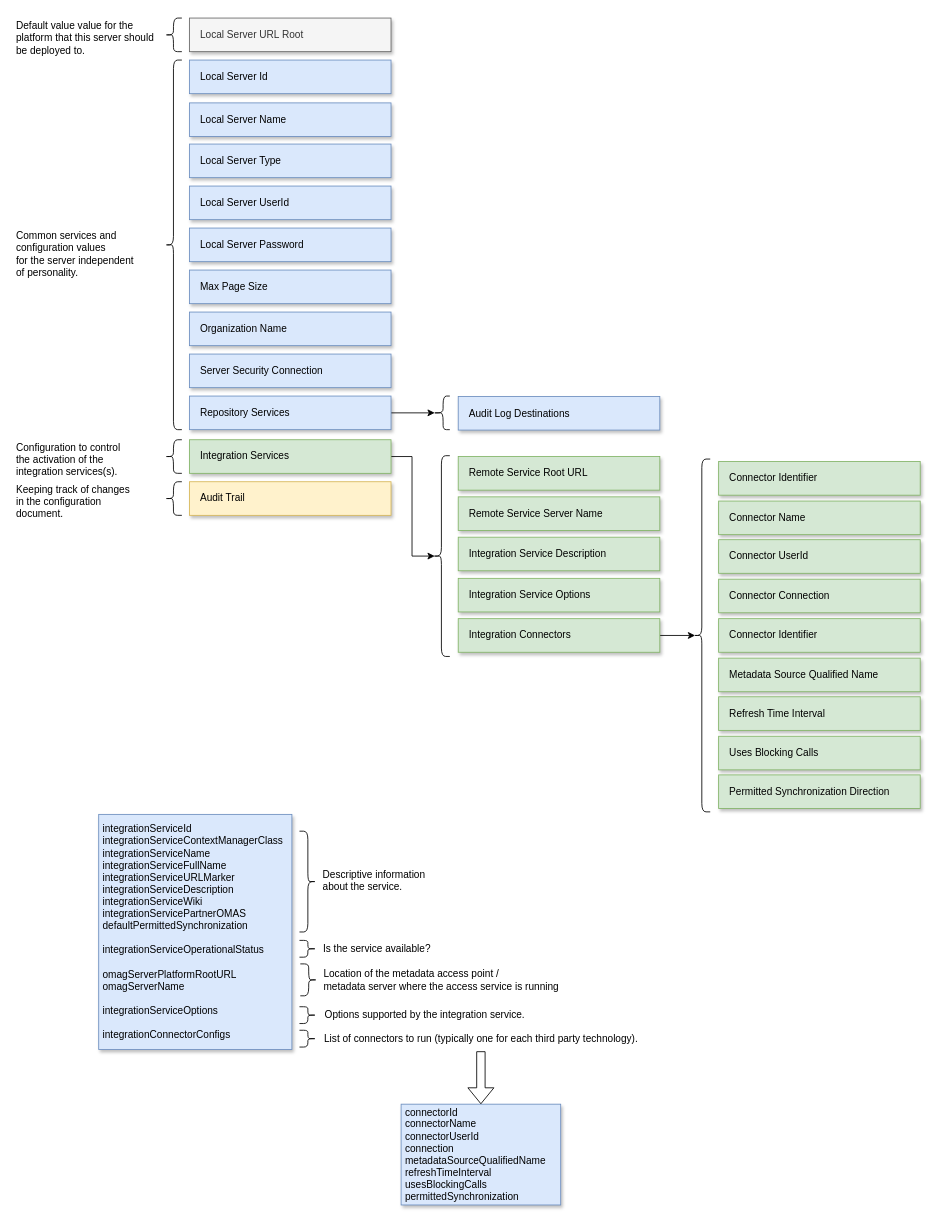
odpi/egeria-docs keeps this draw.io diagram as page "integration-daemon-config" (22 of 25) of site/docs/guides/admin/egeria-admin.drawio. Above is the earlier version. Source tidied: cells renumbered, new cells numbered last; positions are measured from the earlier drawing's top-left corner, leaving out a move shared by most shapes. Both pictures are drawn from the tidied source at 84%, with x=0, y=0 at pixel (14, 18).
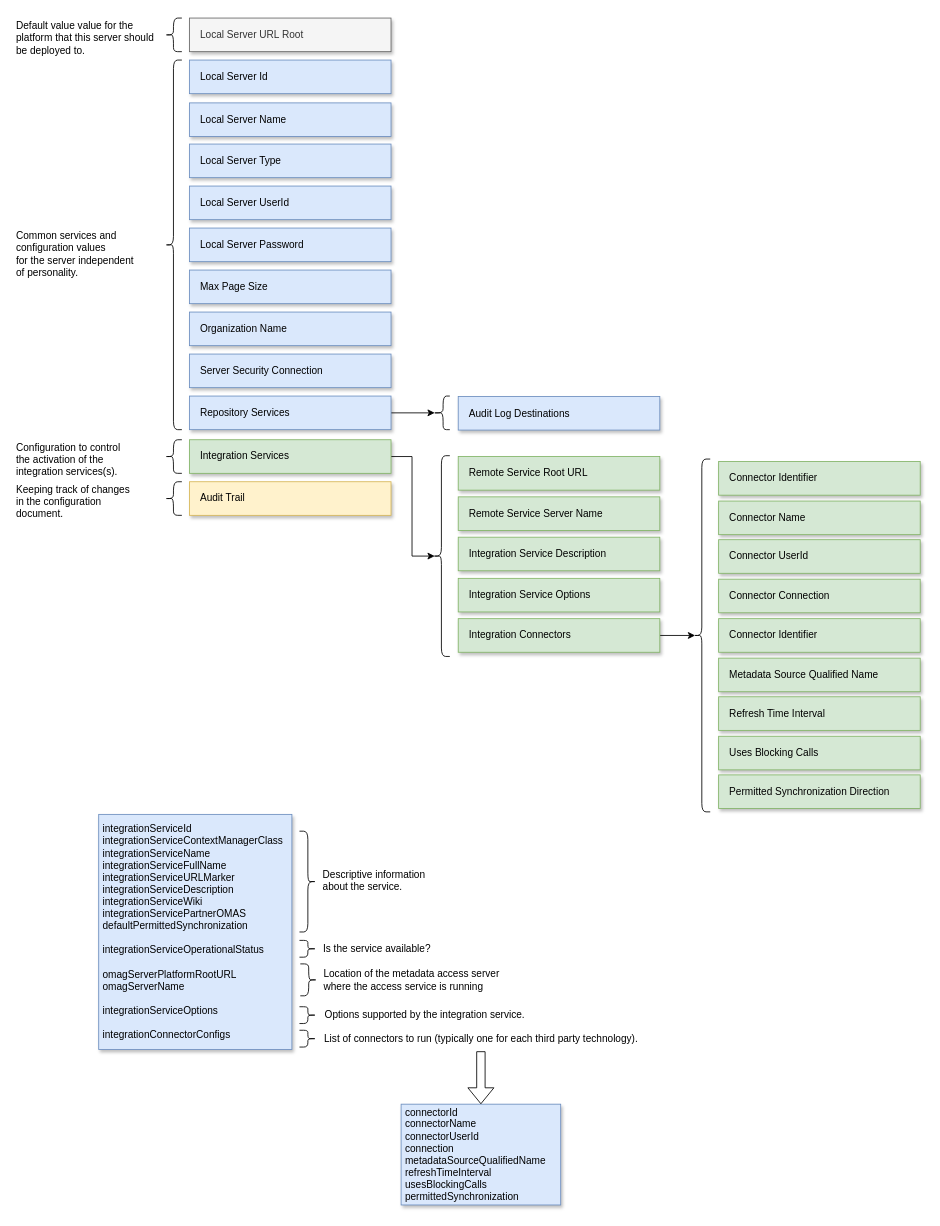
After the change.

Diff of the diagram source:
```diff
@@
-    <mxCell id="53" value="Location of the metadata access point /&lt;br&gt;metadata server where the access service is running" style="text;html=1;align=left;verticalAlign=middle;" parent="1" vertex="1">
-      <mxGeometry x="366" y="1130" width="300" height="30" as="geometry" />
+    <mxCell id="53" value="Location of the metadata access&amp;nbsp;server&lt;br&gt;where the access service is running" style="text;html=1;align=left;verticalAlign=middle;" parent="1" vertex="1">
+      <mxGeometry x="366" y="1130" width="220" height="30" as="geometry" />
     </mxCell>
```
